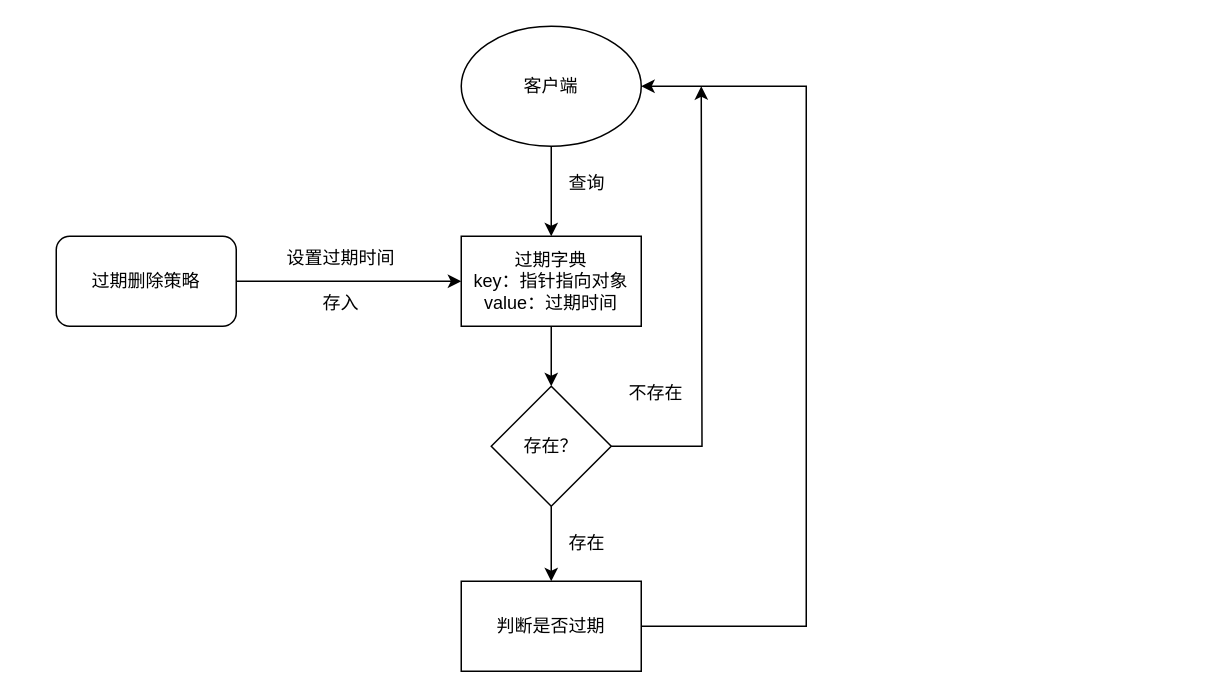
The draw.io diagram Redis删除淘汰策略.drawio in 1155200424/diagrams, before the edit. Source tidied: cells renumbered, new cells numbered last; positions are measured from the earlier drawing's top-left corner, leaving out a move shared by most shapes. Both pictures are drawn from the tidied source at 150%, with x=0, y=0 at pixel (56, 26).
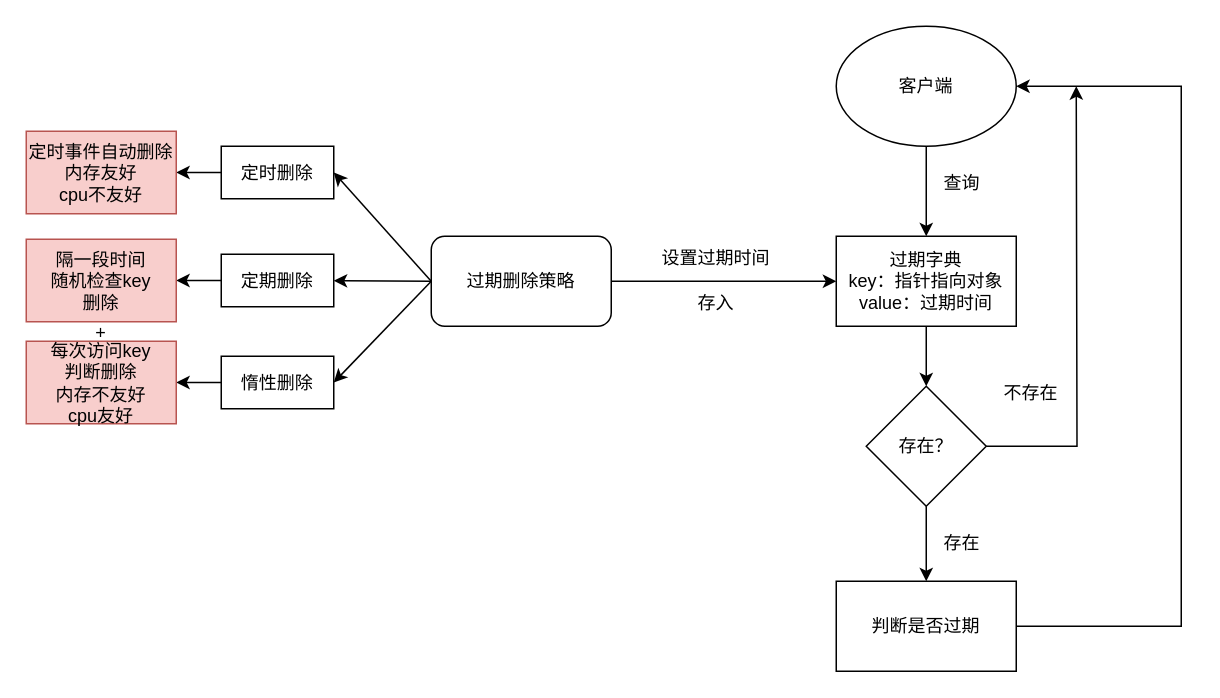
Above is the later version.

Commit message (it also covers changes not shown here):
更新Redis删除淘汰策略.drawio

Diff of the diagram source:
```diff
@@
+    <mxCell id="18" style="edgeStyle=orthogonalEdgeStyle;rounded=0;jettySize=auto;html=1;exitX=0;exitY=0.5;exitDx=0;exitDy=0;" parent="1" edge="1" source="19" target="30">
+      <mxGeometry relative="1" as="geometry" />
+    </mxCell>
+    <mxCell id="19" value="定时删除" style="rounded=0;whiteSpace=wrap;html=1;" parent="1" vertex="1">
+      <mxGeometry x="110" y="80" width="75" height="35" as="geometry" />
+    </mxCell>
+    <mxCell id="20" style="group;" parent="1" vertex="1">
+      <mxGeometry x="250" width="500" height="430" as="geometry" />
+    </mxCell>
+    <mxCell id="3" value="过期删除策略" style="rounded=1;whiteSpace=wrap;html=1;" parent="20" vertex="1">
+      <mxGeometry y="140" width="120" height="60" as="geometry" />
+    </mxCell>
+    <mxCell id="5" value="过期字典&lt;br&gt;key：指针指向对象&lt;br&gt;value：过期时间" style="rounded=0;whiteSpace=wrap;html=1;" parent="20" vertex="1">
+      <mxGeometry x="270" y="140" width="120" height="60" as="geometry" />
+    </mxCell>
-    <mxCell id="2" style="edgeStyle=orthogonalEdgeStyle;rounded=0;jettySize=auto;html=1;exitX=1;exitY=0.5;exitDx=0;exitDy=0;" parent="1" edge="1" source="3" target="5">
+    <mxCell id="2" style="edgeStyle=orthogonalEdgeStyle;rounded=0;jettySize=auto;html=1;exitX=1;exitY=0.5;exitDx=0;exitDy=0;" parent="20" edge="1" source="3" target="5">
       <mxGeometry relative="1" as="geometry" />
     </mxCell>
-    <mxCell id="3" value="过期删除策略" style="rounded=1;whiteSpace=wrap;html=1;" parent="1" vertex="1">
-      <mxGeometry y="140" width="120" height="60" as="geometry" />
-    </mxCell>
-    <mxCell id="4" style="edgeStyle=orthogonalEdgeStyle;rounded=0;jettySize=auto;html=1;exitX=0.5;exitY=1;exitDx=0;exitDy=0;entryX=0.5;entryY=0;entryDx=0;entryDy=0;" parent="1" edge="1" source="5" target="13">
-      <mxGeometry relative="1" as="geometry" />
-    </mxCell>
-    <mxCell id="5" value="过期字典&lt;br&gt;key：指针指向对象&lt;br&gt;value：过期时间" style="rounded=0;whiteSpace=wrap;html=1;" parent="1" vertex="1">
-      <mxGeometry x="270" y="140" width="120" height="60" as="geometry" />
-    </mxCell>
-    <mxCell id="6" value="设置过期时间" style="text;html=1;align=center;verticalAlign=middle;whiteSpace=wrap;rounded=0;" parent="1" vertex="1">
+    <mxCell id="6" value="设置过期时间" style="text;html=1;align=center;verticalAlign=middle;whiteSpace=wrap;rounded=0;" parent="20" vertex="1">
       <mxGeometry x="150" y="140" width="80" height="30" as="geometry" />
     </mxCell>
-    <mxCell id="7" value="存入" style="text;html=1;align=center;verticalAlign=middle;whiteSpace=wrap;rounded=0;" parent="1" vertex="1">
+    <mxCell id="7" value="存入" style="text;html=1;align=center;verticalAlign=middle;whiteSpace=wrap;rounded=0;" parent="20" vertex="1">
       <mxGeometry x="160" y="170" width="60" height="30" as="geometry" />
     </mxCell>
-    <mxCell id="8" style="edgeStyle=orthogonalEdgeStyle;rounded=0;jettySize=auto;html=1;exitX=0.5;exitY=1;exitDx=0;exitDy=0;" parent="1" edge="1" source="9" target="5">
+    <mxCell id="8" style="edgeStyle=orthogonalEdgeStyle;rounded=0;jettySize=auto;html=1;exitX=0.5;exitY=1;exitDx=0;exitDy=0;" parent="20" edge="1" source="9" target="5">
       <mxGeometry relative="1" as="geometry" />
     </mxCell>
-    <mxCell id="9" value="客户端" style="ellipse;whiteSpace=wrap;html=1;" parent="1" vertex="1">
+    <mxCell id="9" value="客户端" style="ellipse;whiteSpace=wrap;html=1;" parent="20" vertex="1">
       <mxGeometry x="270" width="120" height="80" as="geometry" />
     </mxCell>
-    <mxCell id="10" value="查询" style="text;html=1;align=center;verticalAlign=middle;whiteSpace=wrap;rounded=0;" parent="1" vertex="1">
+    <mxCell id="10" value="查询" style="text;html=1;align=center;verticalAlign=middle;whiteSpace=wrap;rounded=0;" parent="20" vertex="1">
       <mxGeometry x="324" y="90" width="60" height="30" as="geometry" />
     </mxCell>
-    <mxCell id="11" style="edgeStyle=orthogonalEdgeStyle;rounded=0;jettySize=auto;html=1;exitX=0.5;exitY=1;exitDx=0;exitDy=0;" parent="1" edge="1" source="13">
-      <mxGeometry relative="1" as="geometry">
-        <mxPoint x="330" y="370" as="targetPoint" />
-      </mxGeometry>
-    </mxCell>
-    <mxCell id="12" style="edgeStyle=orthogonalEdgeStyle;rounded=0;jettySize=auto;html=1;exitX=1;exitY=0.5;exitDx=0;exitDy=0;" parent="1" edge="1" source="13">
-      <mxGeometry relative="1" as="geometry">
-        <mxPoint x="430" y="40" as="targetPoint" />
-      </mxGeometry>
-    </mxCell>
+    <mxCell id="21" style="edgeStyle=orthogonalEdgeStyle;rounded=0;jettySize=auto;html=1;exitX=0.5;exitY=1;exitDx=0;exitDy=0;" parent="20" edge="1" source="13">
+      <mxGeometry relative="1" as="geometry">
+        <mxPoint x="330" y="370" as="targetPoint" />
+      </mxGeometry>
+    </mxCell>
+    <mxCell id="22" style="edgeStyle=orthogonalEdgeStyle;rounded=0;jettySize=auto;html=1;exitX=1;exitY=0.5;exitDx=0;exitDy=0;" parent="20" edge="1" source="13">
+      <mxGeometry relative="1" as="geometry">
+        <mxPoint x="430" y="40" as="targetPoint" />
+      </mxGeometry>
+    </mxCell>
-    <mxCell id="13" value="存在？" style="rhombus;whiteSpace=wrap;html=1;" parent="1" vertex="1">
+    <mxCell id="13" value="存在？" style="rhombus;whiteSpace=wrap;html=1;" parent="20" vertex="1">
       <mxGeometry x="290" y="240" width="80" height="80" as="geometry" />
     </mxCell>
+    <mxCell id="4" style="edgeStyle=orthogonalEdgeStyle;rounded=0;jettySize=auto;html=1;exitX=0.5;exitY=1;exitDx=0;exitDy=0;entryX=0.5;entryY=0;entryDx=0;entryDy=0;" parent="20" edge="1" source="5" target="13">
+      <mxGeometry relative="1" as="geometry" />
+    </mxCell>
-    <mxCell id="14" style="edgeStyle=orthogonalEdgeStyle;rounded=0;jettySize=auto;html=1;exitX=1;exitY=0.5;exitDx=0;exitDy=0;entryX=1;entryY=0.5;entryDx=0;entryDy=0;" parent="1" edge="1" source="15" target="9">
+    <mxCell id="14" style="edgeStyle=orthogonalEdgeStyle;rounded=0;jettySize=auto;html=1;exitX=1;exitY=0.5;exitDx=0;exitDy=0;entryX=1;entryY=0.5;entryDx=0;entryDy=0;" parent="20" edge="1" source="15" target="9">
       <mxGeometry relative="1" as="geometry">
         <Array as="points">
           <mxPoint x="500" y="400" />
           <mxPoint x="500" y="40" />
         </Array>
       </mxGeometry>
     </mxCell>
-    <mxCell id="15" value="判断是否过期" style="rounded=0;whiteSpace=wrap;html=1;" parent="1" vertex="1">
+    <mxCell id="15" value="判断是否过期" style="rounded=0;whiteSpace=wrap;html=1;" parent="20" vertex="1">
       <mxGeometry x="270" y="370" width="120" height="60" as="geometry" />
     </mxCell>
-    <mxCell id="16" value="存在" style="text;html=1;align=center;verticalAlign=middle;whiteSpace=wrap;rounded=0;" parent="1" vertex="1">
+    <mxCell id="16" value="存在" style="text;html=1;align=center;verticalAlign=middle;whiteSpace=wrap;rounded=0;" parent="20" vertex="1">
       <mxGeometry x="324" y="330" width="60" height="30" as="geometry" />
     </mxCell>
-    <mxCell id="17" value="不存在" style="text;html=1;align=center;verticalAlign=middle;whiteSpace=wrap;rounded=0;" parent="1" vertex="1">
+    <mxCell id="17" value="不存在" style="text;html=1;align=center;verticalAlign=middle;whiteSpace=wrap;rounded=0;" parent="20" vertex="1">
       <mxGeometry x="370" y="230" width="60" height="30" as="geometry" />
     </mxCell>
+    <mxCell id="23" style="endArrow=classic;html=1;rounded=0;entryX=1;entryY=0.5;entryDx=0;entryDy=0;" parent="20" edge="1" target="19">
+      <mxGeometry relative="1" as="geometry">
+        <mxPoint y="170" as="sourcePoint" />
+      </mxGeometry>
+    </mxCell>
+    <mxCell id="24" style="endArrow=classic;html=1;rounded=0;" parent="20" edge="1" target="27">
+      <mxGeometry relative="1" as="geometry">
+        <mxPoint y="170" as="sourcePoint" />
+      </mxGeometry>
+    </mxCell>
+    <mxCell id="25" style="endArrow=classic;html=1;rounded=0;entryX=1;entryY=0.5;entryDx=0;entryDy=0;" parent="20" edge="1" target="29">
+      <mxGeometry relative="1" as="geometry">
+        <mxPoint y="170" as="sourcePoint" />
+      </mxGeometry>
+    </mxCell>
+    <mxCell id="26" style="edgeStyle=orthogonalEdgeStyle;rounded=0;jettySize=auto;html=1;exitX=0;exitY=0.5;exitDx=0;exitDy=0;entryX=1;entryY=0.5;entryDx=0;entryDy=0;" parent="1" edge="1" source="27" target="32">
+      <mxGeometry relative="1" as="geometry" />
+    </mxCell>
+    <mxCell id="27" value="定期删除" style="rounded=0;whiteSpace=wrap;html=1;" parent="1" vertex="1">
+      <mxGeometry x="110" y="152" width="75" height="35" as="geometry" />
+    </mxCell>
+    <mxCell id="28" style="edgeStyle=orthogonalEdgeStyle;rounded=0;jettySize=auto;html=1;exitX=0;exitY=0.5;exitDx=0;exitDy=0;" parent="1" edge="1" source="29" target="31">
+      <mxGeometry relative="1" as="geometry" />
+    </mxCell>
+    <mxCell id="29" value="惰性删除" style="rounded=0;whiteSpace=wrap;html=1;" parent="1" vertex="1">
+      <mxGeometry x="110" y="220" width="75" height="35" as="geometry" />
+    </mxCell>
+    <mxCell id="30" value="定时事件自动删除&lt;br&gt;内存友好&lt;br&gt;cpu不友好" style="text;html=1;align=center;verticalAlign=middle;whiteSpace=wrap;rounded=0;fillColor=#f8cecc;strokeColor=#b85450;" parent="1" vertex="1">
+      <mxGeometry x="-20" y="70" width="100" height="55" as="geometry" />
+    </mxCell>
+    <mxCell id="31" value="每次访问key&lt;br&gt;判断删除&lt;br&gt;内存不友好&lt;br&gt;cpu友好" style="text;html=1;align=center;verticalAlign=middle;whiteSpace=wrap;rounded=0;fillColor=#f8cecc;strokeColor=#b85450;" parent="1" vertex="1">
+      <mxGeometry x="-20" y="210" width="100" height="55" as="geometry" />
+    </mxCell>
+    <mxCell id="32" value="隔一段时间&lt;br&gt;随机检查key&lt;br&gt;删除" style="text;html=1;align=center;verticalAlign=middle;whiteSpace=wrap;rounded=0;fillColor=#f8cecc;strokeColor=#b85450;" parent="1" vertex="1">
+      <mxGeometry x="-20" y="142" width="100" height="55" as="geometry" />
+    </mxCell>
+    <mxCell id="33" value="+" style="text;html=1;align=center;verticalAlign=middle;whiteSpace=wrap;rounded=0;" parent="1" vertex="1">
+      <mxGeometry y="190" width="60" height="30" as="geometry" />
+    </mxCell>
```
